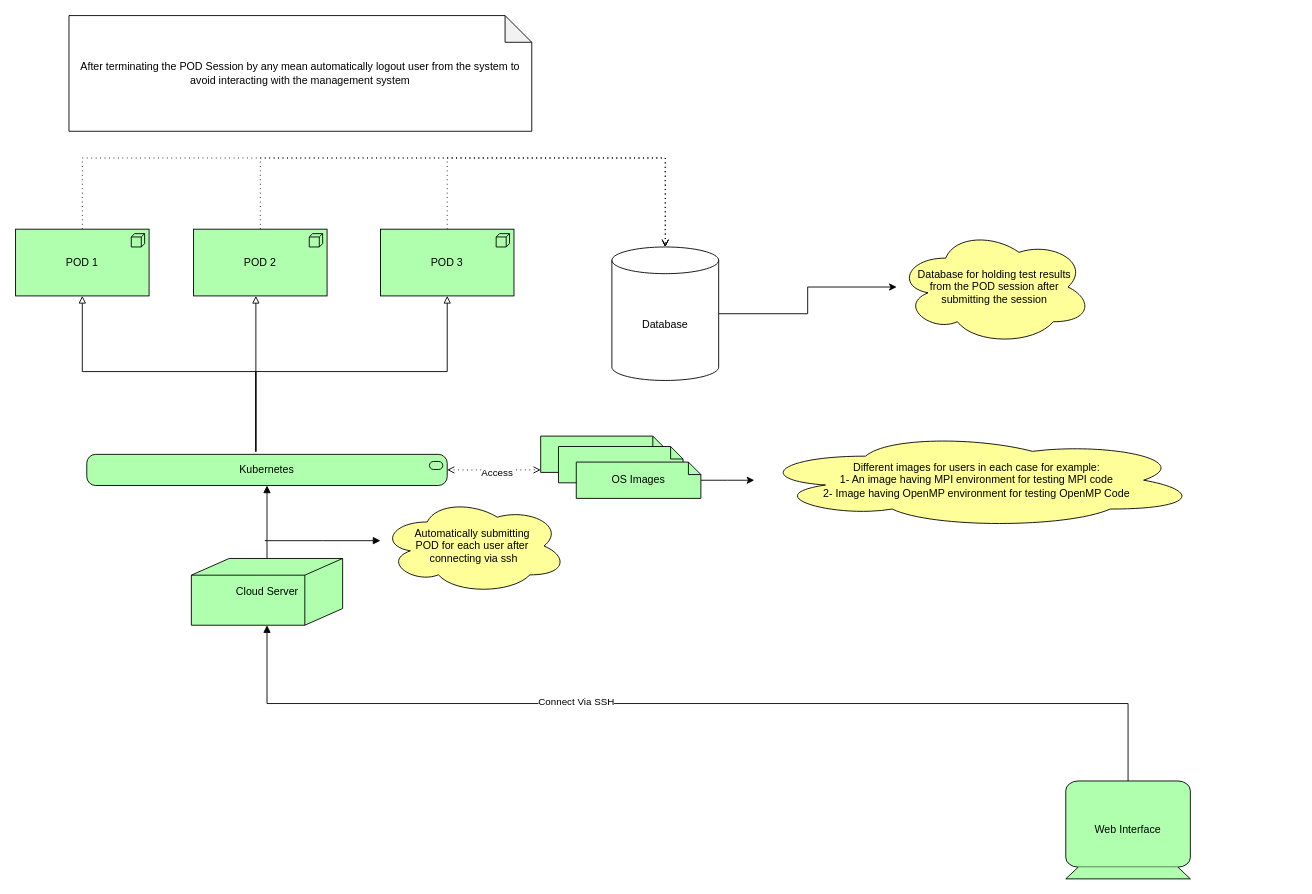
The draw.io diagram Untitled Diagram.drawio in JonathanGhaly/sturdy-octo-funicular, before the edit. Source tidied: cells renumbered, new cells numbered last; positions are measured from the earlier drawing's top-left corner, leaving out a move shared by most shapes. Both pictures are drawn from the tidied source at 89%, with x=0, y=0 at pixel (15, 15).
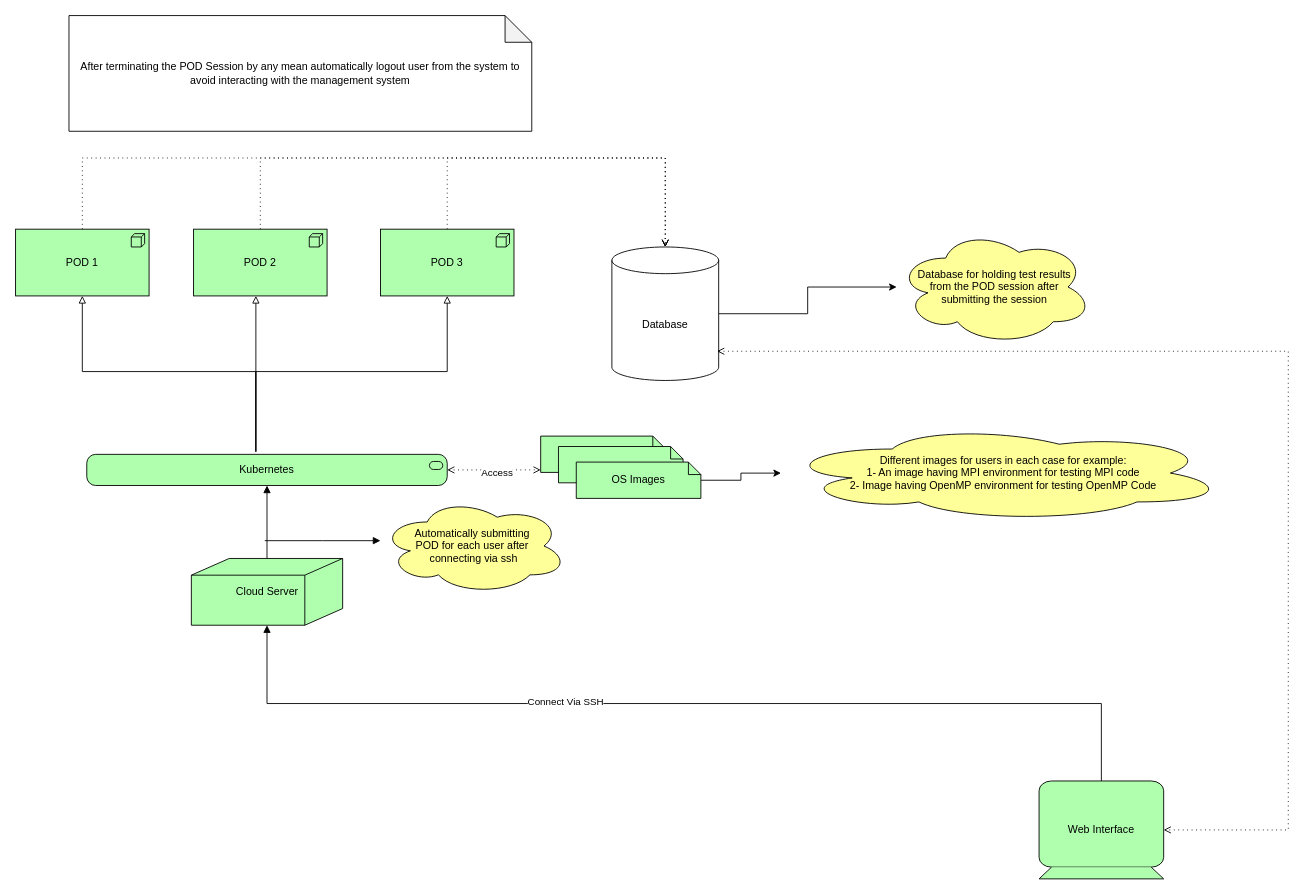
Above is the later version.

Unchanged cells that the change refers to:
```xml
<mxCell id="21" value="Database" style="shape=cylinder3;whiteSpace=wrap;html=1;boundedLbl=1;backgroundOutline=1;size=15;" parent="1" vertex="1">
  <mxGeometry x="670" y="260" width="120" height="150" as="geometry" />
</mxCell>
```

The edit, as a diff of the source:
```diff
@@
     <mxCell id="10" value="Web Interface" style="html=1;outlineConnect=0;whiteSpace=wrap;fillColor=#AFFFAF;shape=mxgraph.archimate3.device;" parent="1" vertex="1">
-      <mxGeometry x="1180" y="860" width="140" height="110" as="geometry" />
+      <mxGeometry x="1150" y="860" width="140" height="110" as="geometry" />
     </mxCell>
@@
     <mxCell id="25" value="Different images for users in each case for example:&lt;div&gt;1- An image having MPI&amp;nbsp;&lt;span style=&quot;background-color: transparent; color: light-dark(rgb(0, 0, 0), rgb(255, 255, 255));&quot;&gt;environment&lt;/span&gt;&lt;span style=&quot;background-color: transparent; color: light-dark(rgb(0, 0, 0), rgb(255, 255, 255));&quot;&gt;&amp;nbsp;for testing MPI code&lt;/span&gt;&lt;/div&gt;&lt;div&gt;2- Image having OpenMP environment for testing OpenMP Code&lt;/div&gt;" style="fillColor=#ffff99;whiteSpace=wrap;shape=cloud;html=1;" parent="1" vertex="1">
-      <mxGeometry x="830" y="468" width="500" height="108.1" as="geometry" />
+      <mxGeometry x="860" y="460" width="500" height="108.1" as="geometry" />
     </mxCell>
@@
+    <mxCell id="31" style="edgeStyle=elbowEdgeStyle;html=1;endArrow=open;elbow=vertical;endFill=0;dashed=1;startArrow=open;startFill=0;dashPattern=1 4;rounded=0;exitX=0.985;exitY=0.781;exitDx=0;exitDy=0;exitPerimeter=0;entryX=1;entryY=0.5;entryDx=0;entryDy=0;entryPerimeter=0;" parent="1" edge="1" source="21" target="10">
+      <mxGeometry relative="1" as="geometry">
+        <Array as="points">
+          <mxPoint x="1430" y="380" />
+        </Array>
+      </mxGeometry>
+    </mxCell>
```
